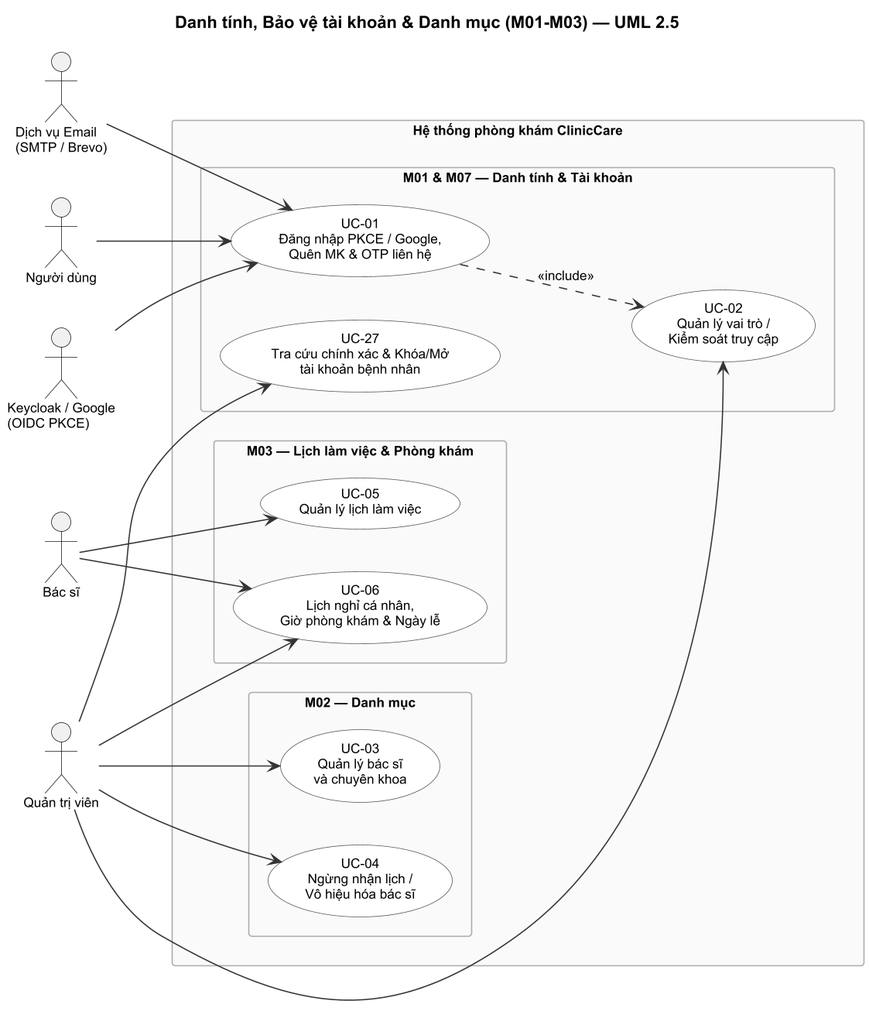
This is docs/design/use-case/use-case-1.png from Samie32/SE-project, a PlantUML export, as it was before one commit.
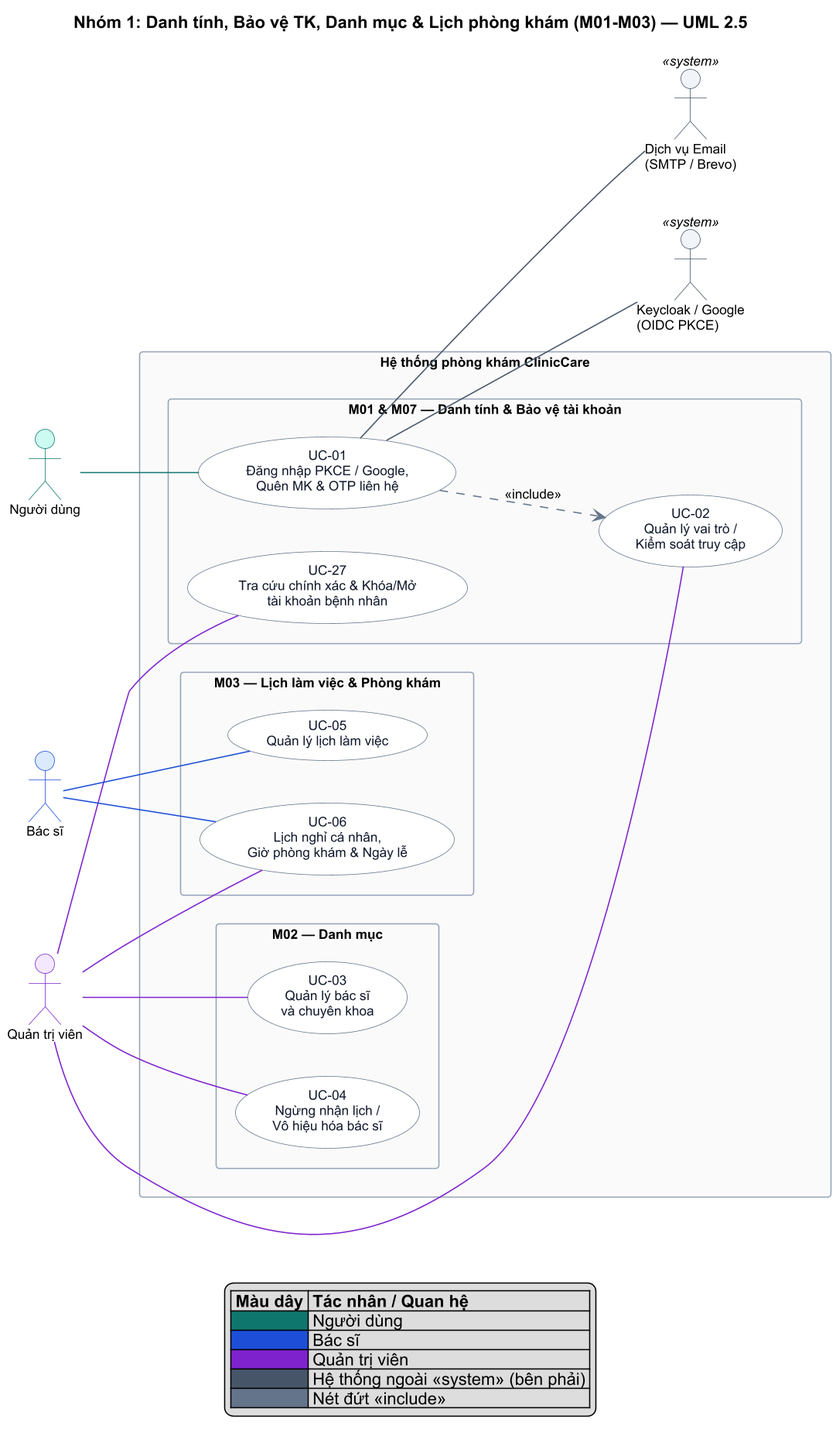
Above is the later version.

Diff of the diagram source:
```diff
@@ -1,29 +1,27 @@
 @startuml use-case-1
 skinparam usecase {
   BackgroundColor White
-  BorderColor #555
-  ArrowColor #333
+  BorderColor #64748B
+  FontColor #0F172A
 }
 skinparam packageStyle rectangle
 skinparam packageBackgroundColor #FAFAFA
-skinparam packageBorderColor #AAAAAA
+skinparam packageBorderColor #94A3B8
 skinparam shadowing false
 skinparam defaultFontName Arial
 skinparam defaultFontSize 11
 skinparam dpi 150
-title Danh tính, Bảo vệ tài khoản & Danh mục (M01-M03) — UML 2.5
+title Nhóm 1: Danh tính, Bảo vệ TK, Danh mục & Lịch phòng khám (M01-M03) — UML 2.5
 
 left to right direction
 
-actor "Người dùng" as User
-actor "Quản trị viên" as Admin
-actor "Bác sĩ" as Doctor
-actor "Keycloak / Google\n(OIDC PKCE)" as IdP
-actor "Dịch vụ Email\n(SMTP / Brevo)" as EmailSvc
+actor "Người dùng" as User #CCFBF1;line:0F766E
+actor "Quản trị viên" as Admin #F3E8FF;line:7E22CE
+actor "Bác sĩ" as Doctor #DBEAFE;line:1D4ED8
 
 rectangle "Hệ thống phòng khám ClinicCare" {
 
-  package "M01 & M07 — Danh tính & Tài khoản" {
+  package "M01 & M07 — Danh tính & Bảo vệ tài khoản" {
     usecase "UC-01\nĐăng nhập PKCE / Google,\nQuên MK & OTP liên hệ" as UC01
     usecase "UC-02\nQuản lý vai trò /\nKiểm soát truy cập" as UC02
     usecase "UC-27\nTra cứu chính xác & Khóa/Mở\ntài khoản bệnh nhân" as UC27
@@ -40,17 +38,29 @@
   }
 }
 
-User --> UC01
-IdP --> UC01
-EmailSvc --> UC01
-UC01 ..> UC02 : <<include>>
+actor "Keycloak / Google\n(OIDC PKCE)" as IdP <<system>> #F1F5F9;line:475569
+actor "Dịch vụ Email\n(SMTP / Brevo)" as EmailSvc <<system>> #F1F5F9;line:475569
 
-Admin --> UC02
-Admin --> UC27
-Admin --> UC03
-Admin --> UC04
-Admin --> UC06
+User -[#0F766E]- UC01
+Admin -[#7E22CE]- UC02
+Admin -[#7E22CE]- UC27
+Admin -[#7E22CE]- UC03
+Admin -[#7E22CE]- UC04
+Admin -[#7E22CE]- UC06
+Doctor -[#1D4ED8]- UC05
+Doctor -[#1D4ED8]- UC06
 
-Doctor --> UC05
-Doctor --> UC06
+UC01 -[#475569]- IdP
+UC01 -[#475569]- EmailSvc
+
+UC01 .[#64748B].> UC02 : <<include>>
+
+legend bottom
+  |= Màu dây |= Tác nhân / Quan hệ |
+  |<#0F766E>   | Người dùng |
+  |<#1D4ED8>   | Bác sĩ |
+  |<#7E22CE>   | Quản trị viên |
+  |<#475569>   | Hệ thống ngoài <<system>> (bên phải) |
+  |<#64748B>   | Nét đứt <<include>> |
+endlegend
 @enduml
```
